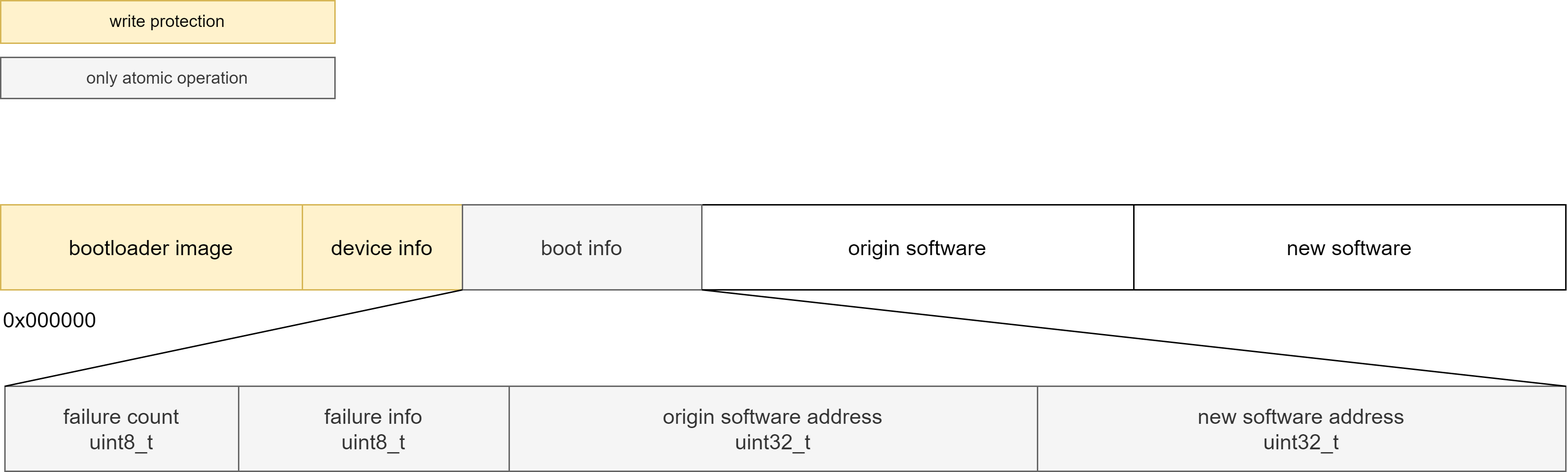
Earlier version of the draw.io export img/05-sw-flash-structure.png (petrkucerak/diplom-thesis). Source tidied: cells renumbered, new cells last; positions are measured from the earlier drawing's top-left corner, leaving out a move shared by most shapes. Its diagram source:
```xml
<mxGraphModel>
  <root>
    <mxCell id="0" />
    <mxCell id="1" parent="0" />
    <mxCell id="2" style="rounded=0;whiteSpace=wrap;html=1;fontSize=15;" parent="1" vertex="1">
      <mxGeometry y="144" width="1105" height="60" as="geometry" />
    </mxCell>
    <mxCell id="3" value="bootloader image" style="rounded=0;whiteSpace=wrap;html=1;fontSize=15;fillColor=#fff2cc;strokeColor=#d6b656;" parent="1" vertex="1">
      <mxGeometry y="144" width="213" height="60" as="geometry" />
    </mxCell>
    <mxCell id="4" value="device info" style="rounded=0;whiteSpace=wrap;html=1;fontSize=15;fillColor=#fff2cc;strokeColor=#d6b656;" parent="1" vertex="1">
      <mxGeometry x="213" y="144" width="113" height="60" as="geometry" />
    </mxCell>
    <mxCell id="5" value="&lt;span style=&quot;color: rgb(0, 0, 0);&quot;&gt;origin&amp;nbsp;&lt;/span&gt;software" style="rounded=0;whiteSpace=wrap;html=1;fontSize=15;" parent="1" vertex="1">
      <mxGeometry x="495" y="144" width="305" height="60" as="geometry" />
    </mxCell>
    <mxCell id="6" value="&lt;span style=&quot;color: rgb(0, 0, 0);&quot;&gt;new&amp;nbsp;&lt;/span&gt;software" style="rounded=0;whiteSpace=wrap;html=1;fontSize=15;" parent="1" vertex="1">
      <mxGeometry x="800" y="144" width="305" height="60" as="geometry" />
    </mxCell>
    <mxCell id="7" style="rounded=0;whiteSpace=wrap;html=1;fontSize=15;" parent="1" vertex="1">
      <mxGeometry x="3" y="272" width="1102" height="60" as="geometry" />
    </mxCell>
    <mxCell id="8" value="failure count&lt;div&gt;uint8_t&lt;/div&gt;" style="rounded=0;whiteSpace=wrap;html=1;fillColor=#f5f5f5;fontColor=#333333;strokeColor=#666666;fontSize=15;" parent="1" vertex="1">
      <mxGeometry x="3" y="272" width="165" height="60" as="geometry" />
    </mxCell>
    <mxCell id="9" value="origin software address&lt;div&gt;uint32_t&lt;/div&gt;" style="rounded=0;whiteSpace=wrap;html=1;fillColor=#f5f5f5;fontColor=#333333;strokeColor=#666666;fontSize=15;" parent="1" vertex="1">
      <mxGeometry x="359" y="272" width="373" height="60" as="geometry" />
    </mxCell>
    <mxCell id="10" value="new&amp;nbsp;&lt;span style=&quot;color: rgb(51, 51, 51);&quot;&gt;software&amp;nbsp;&lt;/span&gt;address&lt;div&gt;uint32_t&lt;/div&gt;" style="rounded=0;whiteSpace=wrap;html=1;fillColor=#f5f5f5;fontColor=#333333;strokeColor=#666666;fontSize=15;" parent="1" vertex="1">
      <mxGeometry x="732" y="272" width="373" height="60" as="geometry" />
    </mxCell>
    <mxCell id="11" value="0x00&lt;span style=&quot;color: rgb(0, 0, 0);&quot;&gt;0000&lt;/span&gt;" style="text;html=1;align=left;verticalAlign=middle;strokeColor=none;fillColor=none;fontSize=15;" parent="1" vertex="1">
      <mxGeometry y="210" width="84" height="30" as="geometry" />
    </mxCell>
    <mxCell id="12" value="boot info" style="rounded=0;whiteSpace=wrap;html=1;fillColor=#f5f5f5;fontColor=#333333;strokeColor=#666666;fontSize=15;" parent="1" vertex="1">
      <mxGeometry x="326" y="144" width="169" height="60" as="geometry" />
    </mxCell>
    <mxCell id="13" style="endArrow=none;html=1;entryX=1;entryY=1;entryDx=0;entryDy=0;exitX=0;exitY=0;exitDx=0;exitDy=0;fontSize=15;" parent="1" edge="1" source="8" target="4">
      <mxGeometry relative="1" as="geometry" />
    </mxCell>
    <mxCell id="14" style="endArrow=none;html=1;entryX=0;entryY=1;entryDx=0;entryDy=0;exitX=1;exitY=0;exitDx=0;exitDy=0;fontSize=15;" parent="1" edge="1" source="10" target="5">
      <mxGeometry relative="1" as="geometry" />
    </mxCell>
    <mxCell id="15" value="write protection" style="rounded=0;whiteSpace=wrap;html=1;fillColor=#fff2cc;strokeColor=#d6b656;" parent="1" vertex="1">
      <mxGeometry width="236" height="30" as="geometry" />
    </mxCell>
    <mxCell id="16" value="only atomic operation" style="rounded=0;whiteSpace=wrap;html=1;fillColor=#f5f5f5;strokeColor=#666666;fontColor=#333333;" parent="1" vertex="1">
      <mxGeometry y="40" width="236" height="29" as="geometry" />
    </mxCell>
    <mxCell id="17" value="failure info&lt;br&gt;&lt;div&gt;uint8_t&lt;/div&gt;" style="rounded=0;whiteSpace=wrap;html=1;fillColor=#f5f5f5;fontColor=#333333;strokeColor=#666666;fontSize=15;" parent="1" vertex="1">
      <mxGeometry x="168" y="272" width="191" height="60" as="geometry" />
    </mxCell>
  </root>
</mxGraphModel>
```
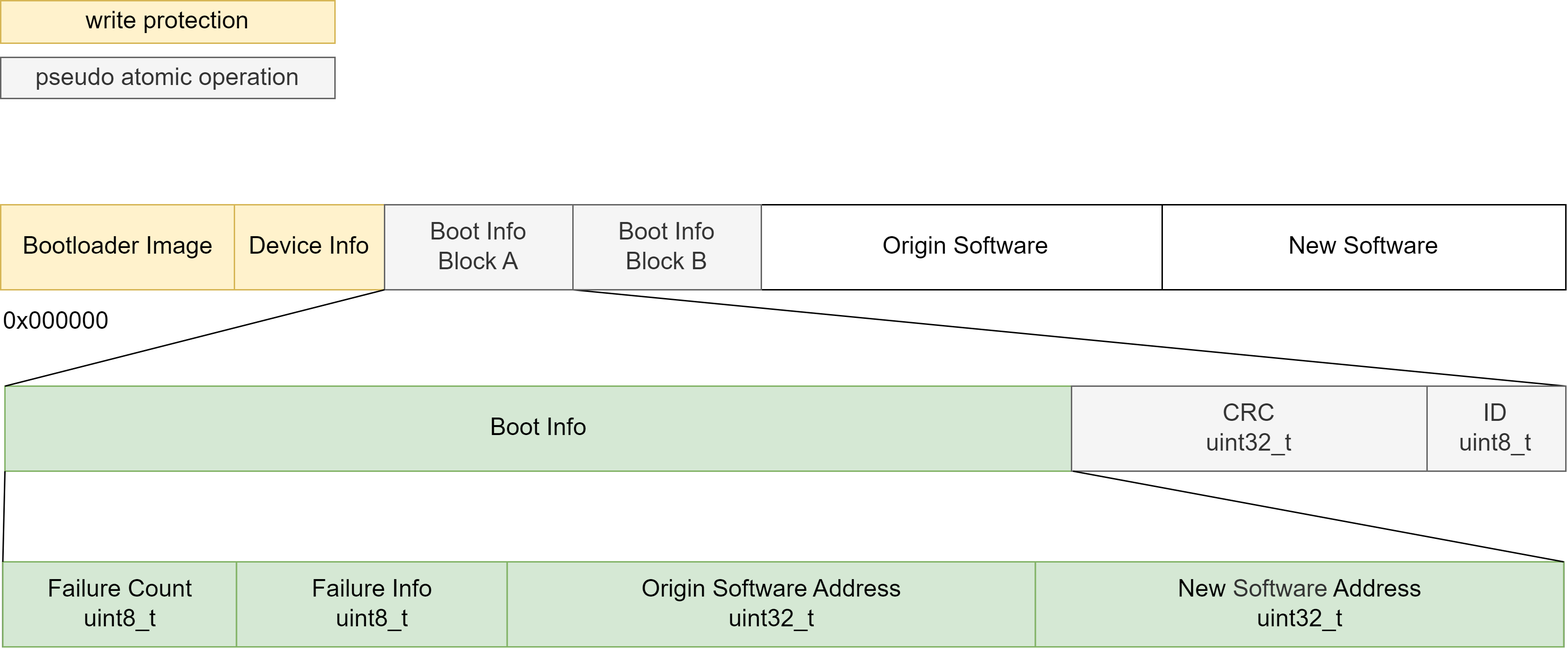
After the commit.

Diff of the diagram source:
```diff
@@ -2,53 +2,78 @@
   <root>
     <mxCell id="0" />
     <mxCell id="1" parent="0" />
-    <mxCell id="2" style="rounded=0;whiteSpace=wrap;html=1;fontSize=15;" parent="1" vertex="1">
+    <mxCell id="2" style="rounded=0;whiteSpace=wrap;html=1;fontSize=17;" parent="1" vertex="1">
       <mxGeometry y="144" width="1105" height="60" as="geometry" />
     </mxCell>
-    <mxCell id="3" value="bootloader image" style="rounded=0;whiteSpace=wrap;html=1;fontSize=15;fillColor=#fff2cc;strokeColor=#d6b656;" parent="1" vertex="1">
-      <mxGeometry y="144" width="213" height="60" as="geometry" />
+    <mxCell id="3" value="Bootloader Image" style="rounded=0;whiteSpace=wrap;html=1;fontSize=17;fillColor=#fff2cc;strokeColor=#d6b656;" parent="1" vertex="1">
+      <mxGeometry y="144" width="166" height="60" as="geometry" />
     </mxCell>
-    <mxCell id="4" value="device info" style="rounded=0;whiteSpace=wrap;html=1;fontSize=15;fillColor=#fff2cc;strokeColor=#d6b656;" parent="1" vertex="1">
-      <mxGeometry x="213" y="144" width="113" height="60" as="geometry" />
+    <mxCell id="4" value="Device Info" style="rounded=0;whiteSpace=wrap;html=1;fontSize=17;fillColor=#fff2cc;strokeColor=#d6b656;" parent="1" vertex="1">
+      <mxGeometry x="165" y="144" width="106" height="60" as="geometry" />
     </mxCell>
-    <mxCell id="5" value="&lt;span style=&quot;color: rgb(0, 0, 0);&quot;&gt;origin&amp;nbsp;&lt;/span&gt;software" style="rounded=0;whiteSpace=wrap;html=1;fontSize=15;" parent="1" vertex="1">
-      <mxGeometry x="495" y="144" width="305" height="60" as="geometry" />
+    <mxCell id="5" value="&lt;span style=&quot;color: rgb(0, 0, 0);&quot;&gt;Origin&amp;nbsp;&lt;/span&gt;Software" style="rounded=0;whiteSpace=wrap;html=1;fontSize=17;" parent="1" vertex="1">
+      <mxGeometry x="537" y="144" width="289" height="60" as="geometry" />
     </mxCell>
-    <mxCell id="6" value="&lt;span style=&quot;color: rgb(0, 0, 0);&quot;&gt;new&amp;nbsp;&lt;/span&gt;software" style="rounded=0;whiteSpace=wrap;html=1;fontSize=15;" parent="1" vertex="1">
-      <mxGeometry x="800" y="144" width="305" height="60" as="geometry" />
+    <mxCell id="6" value="&lt;span style=&quot;color: rgb(0, 0, 0);&quot;&gt;New&amp;nbsp;&lt;/span&gt;Software" style="rounded=0;whiteSpace=wrap;html=1;fontSize=17;" parent="1" vertex="1">
+      <mxGeometry x="820" y="144" width="285" height="60" as="geometry" />
     </mxCell>
-    <mxCell id="7" style="rounded=0;whiteSpace=wrap;html=1;fontSize=15;" parent="1" vertex="1">
+    <mxCell id="7" style="rounded=0;whiteSpace=wrap;html=1;fontSize=17;" parent="1" vertex="1">
       <mxGeometry x="3" y="272" width="1102" height="60" as="geometry" />
     </mxCell>
-    <mxCell id="8" value="failure count&lt;div&gt;uint8_t&lt;/div&gt;" style="rounded=0;whiteSpace=wrap;html=1;fillColor=#f5f5f5;fontColor=#333333;strokeColor=#666666;fontSize=15;" parent="1" vertex="1">
-      <mxGeometry x="3" y="272" width="165" height="60" as="geometry" />
-    </mxCell>
-    <mxCell id="9" value="origin software address&lt;div&gt;uint32_t&lt;/div&gt;" style="rounded=0;whiteSpace=wrap;html=1;fillColor=#f5f5f5;fontColor=#333333;strokeColor=#666666;fontSize=15;" parent="1" vertex="1">
-      <mxGeometry x="359" y="272" width="373" height="60" as="geometry" />
+    <mxCell id="9" value="Boot Info" style="rounded=0;whiteSpace=wrap;html=1;fillColor=#d5e8d4;strokeColor=#82b366;fontSize=17;" parent="1" vertex="1">
+      <mxGeometry x="3" y="272" width="754" height="60" as="geometry" />
     </mxCell>
-    <mxCell id="10" value="new&amp;nbsp;&lt;span style=&quot;color: rgb(51, 51, 51);&quot;&gt;software&amp;nbsp;&lt;/span&gt;address&lt;div&gt;uint32_t&lt;/div&gt;" style="rounded=0;whiteSpace=wrap;html=1;fillColor=#f5f5f5;fontColor=#333333;strokeColor=#666666;fontSize=15;" parent="1" vertex="1">
-      <mxGeometry x="732" y="272" width="373" height="60" as="geometry" />
-    </mxCell>
-    <mxCell id="11" value="0x00&lt;span style=&quot;color: rgb(0, 0, 0);&quot;&gt;0000&lt;/span&gt;" style="text;html=1;align=left;verticalAlign=middle;strokeColor=none;fillColor=none;fontSize=15;" parent="1" vertex="1">
-      <mxGeometry y="210" width="84" height="30" as="geometry" />
+    <mxCell id="11" value="0x00&lt;span style=&quot;color: rgb(0, 0, 0);&quot;&gt;0000&lt;/span&gt;" style="text;html=1;align=left;verticalAlign=middle;strokeColor=none;fillColor=none;fontSize=17;" parent="1" vertex="1">
+      <mxGeometry y="211" width="93" height="32" as="geometry" />
     </mxCell>
-    <mxCell id="12" value="boot info" style="rounded=0;whiteSpace=wrap;html=1;fillColor=#f5f5f5;fontColor=#333333;strokeColor=#666666;fontSize=15;" parent="1" vertex="1">
-      <mxGeometry x="326" y="144" width="169" height="60" as="geometry" />
+    <mxCell id="12" value="Boot Info&lt;div&gt;Block A&lt;/div&gt;" style="rounded=0;whiteSpace=wrap;html=1;fillColor=#f5f5f5;fontColor=#333333;strokeColor=#666666;fontSize=17;" parent="1" vertex="1">
+      <mxGeometry x="271" y="144" width="133" height="60" as="geometry" />
     </mxCell>
-    <mxCell id="13" style="endArrow=none;html=1;entryX=1;entryY=1;entryDx=0;entryDy=0;exitX=0;exitY=0;exitDx=0;exitDy=0;fontSize=15;" parent="1" edge="1" source="8" target="4">
-      <mxGeometry relative="1" as="geometry" />
+    <mxCell id="13" style="endArrow=none;html=1;entryX=1;entryY=1;entryDx=0;entryDy=0;exitX=0;exitY=0;exitDx=0;exitDy=0;fontSize=17;" parent="1" edge="1" target="4">
+      <mxGeometry relative="1" as="geometry">
+        <mxPoint x="3" y="272" as="sourcePoint" />
+      </mxGeometry>
     </mxCell>
-    <mxCell id="14" style="endArrow=none;html=1;entryX=0;entryY=1;entryDx=0;entryDy=0;exitX=1;exitY=0;exitDx=0;exitDy=0;fontSize=15;" parent="1" edge="1" source="10" target="5">
-      <mxGeometry relative="1" as="geometry" />
+    <mxCell id="14" style="endArrow=none;html=1;entryX=0;entryY=1;entryDx=0;entryDy=0;exitX=1;exitY=0;exitDx=0;exitDy=0;fontSize=17;" parent="1" edge="1" target="27">
+      <mxGeometry relative="1" as="geometry">
+        <mxPoint x="1105" y="272" as="sourcePoint" />
+      </mxGeometry>
     </mxCell>
-    <mxCell id="15" value="write protection" style="rounded=0;whiteSpace=wrap;html=1;fillColor=#fff2cc;strokeColor=#d6b656;" parent="1" vertex="1">
+    <mxCell id="15" value="write protection" style="rounded=0;whiteSpace=wrap;html=1;fillColor=#fff2cc;strokeColor=#d6b656;fontSize=17;" parent="1" vertex="1">
       <mxGeometry width="236" height="30" as="geometry" />
     </mxCell>
-    <mxCell id="16" value="only atomic operation" style="rounded=0;whiteSpace=wrap;html=1;fillColor=#f5f5f5;strokeColor=#666666;fontColor=#333333;" parent="1" vertex="1">
+    <mxCell id="16" value="pseudo atomic operation" style="rounded=0;whiteSpace=wrap;html=1;fillColor=#f5f5f5;strokeColor=#666666;fontColor=#333333;fontSize=17;" parent="1" vertex="1">
       <mxGeometry y="40" width="236" height="29" as="geometry" />
     </mxCell>
-    <mxCell id="17" value="failure info&lt;br&gt;&lt;div&gt;uint8_t&lt;/div&gt;" style="rounded=0;whiteSpace=wrap;html=1;fillColor=#f5f5f5;fontColor=#333333;strokeColor=#666666;fontSize=15;" parent="1" vertex="1">
-      <mxGeometry x="168" y="272" width="191" height="60" as="geometry" />
-    </mxCell>
+    <mxCell id="18" style="rounded=0;whiteSpace=wrap;html=1;fontSize=17;" parent="1" vertex="1">
+      <mxGeometry x="1.5" y="396" width="1102" height="60" as="geometry" />
+    </mxCell>
+    <mxCell id="19" value="Failure Count&lt;div&gt;uint8_t&lt;/div&gt;" style="rounded=0;whiteSpace=wrap;html=1;fillColor=#d5e8d4;strokeColor=#82b366;fontSize=17;" parent="1" vertex="1">
+      <mxGeometry x="1.5" y="396" width="165" height="60" as="geometry" />
+    </mxCell>
+    <mxCell id="20" value="Origin Software Address&lt;div&gt;uint32_t&lt;/div&gt;" style="rounded=0;whiteSpace=wrap;html=1;fillColor=#d5e8d4;strokeColor=#82b366;fontSize=17;" parent="1" vertex="1">
+      <mxGeometry x="357.5" y="396" width="373" height="60" as="geometry" />
+    </mxCell>
+    <mxCell id="21" value="New&amp;nbsp;&lt;span style=&quot;color: rgb(51, 51, 51);&quot;&gt;Software&amp;nbsp;&lt;/span&gt;Address&lt;div&gt;uint32_t&lt;/div&gt;" style="rounded=0;whiteSpace=wrap;html=1;fillColor=#d5e8d4;strokeColor=#82b366;fontSize=17;" parent="1" vertex="1">
+      <mxGeometry x="730.5" y="396" width="373" height="60" as="geometry" />
+    </mxCell>
+    <mxCell id="22" value="Failure Info&lt;br&gt;&lt;div&gt;uint8_t&lt;/div&gt;" style="rounded=0;whiteSpace=wrap;html=1;fillColor=#d5e8d4;strokeColor=#82b366;fontSize=17;" parent="1" vertex="1">
+      <mxGeometry x="166.5" y="396" width="191" height="60" as="geometry" />
+    </mxCell>
+    <mxCell id="23" value="ID&lt;br&gt;uint8_t" style="rounded=0;whiteSpace=wrap;html=1;fillColor=#f5f5f5;fontColor=#333333;strokeColor=#666666;fontSize=17;" parent="1" vertex="1">
+      <mxGeometry x="1006" y="272" width="99" height="60" as="geometry" />
+    </mxCell>
+    <mxCell id="24" value="CRC&lt;div&gt;uint32_t&lt;/div&gt;" style="rounded=0;whiteSpace=wrap;html=1;fillColor=#f5f5f5;fontColor=#333333;strokeColor=#666666;fontSize=17;" parent="1" vertex="1">
+      <mxGeometry x="756" y="272" width="251" height="60" as="geometry" />
+    </mxCell>
+    <mxCell id="25" style="endArrow=none;html=1;entryX=0;entryY=1;entryDx=0;entryDy=0;fontSize=17;exitX=0;exitY=0;exitDx=0;exitDy=0;" parent="1" edge="1" source="19" target="9">
+      <mxGeometry relative="1" as="geometry" />
+    </mxCell>
+    <mxCell id="26" style="endArrow=none;html=1;entryX=1;entryY=0;entryDx=0;entryDy=0;fontSize=17;exitX=1;exitY=1;exitDx=0;exitDy=0;" parent="1" edge="1" source="9" target="21">
+      <mxGeometry relative="1" as="geometry" />
+    </mxCell>
+    <mxCell id="27" value="Boot Info&lt;div&gt;Block B&lt;/div&gt;" style="rounded=0;whiteSpace=wrap;html=1;fillColor=#f5f5f5;fontColor=#333333;strokeColor=#666666;fontSize=17;" parent="1" vertex="1">
+      <mxGeometry x="404" y="144" width="133" height="60" as="geometry" />
+    </mxCell>
   </root>
 </mxGraphModel>
```
